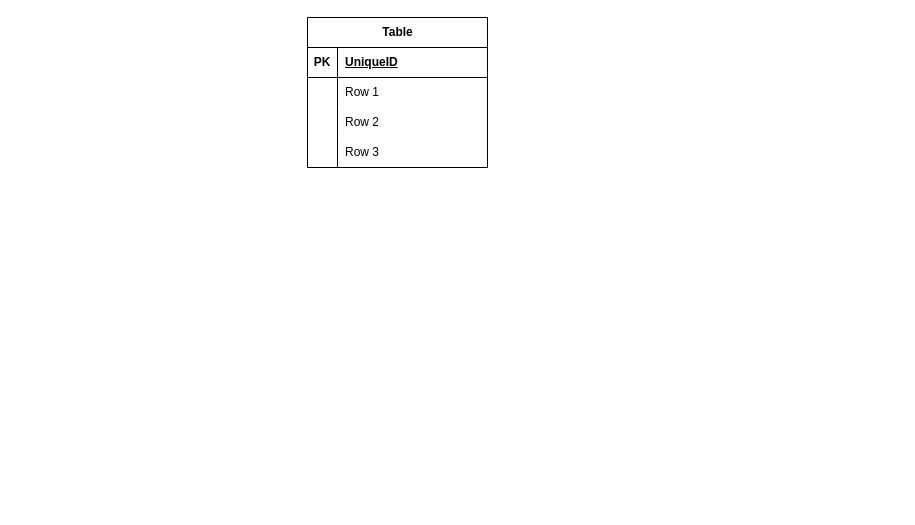
The draw.io diagram Untitled Diagram.drawio in muhamadArdalepa/big-diagrams, before the edit. Source tidied: cells renumbered, new cells numbered last; positions are measured from the earlier drawing's top-left corner, leaving out a move shared by most shapes. Both pictures are drawn from the tidied source at 100%, with x=0, y=0 at pixel (307, 17).
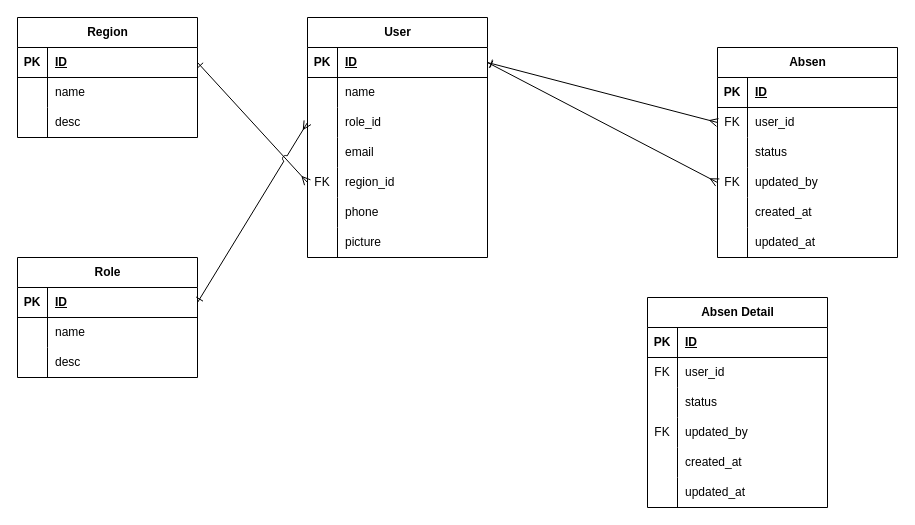
After the change.

Unchanged cells that the change refers to:
```xml
<mxCell id="3" style="shape=tableRow;horizontal=0;startSize=0;swimlaneHead=0;swimlaneBody=0;fillColor=none;points=[[0,0.5],[1,0.5]];portConstraint=eastwest;top=0;left=0;right=0;bottom=1;" parent="2" vertex="1">
  <mxGeometry y="30" width="180" height="30" as="geometry" />
</mxCell>
<mxCell id="6" style="shape=tableRow;horizontal=0;startSize=0;swimlaneHead=0;swimlaneBody=0;fillColor=none;top=0;left=0;right=0;bottom=0;" parent="2" vertex="1">
  <mxGeometry y="60" width="180" height="30" as="geometry" />
</mxCell>
<mxCell id="9" style="shape=tableRow;horizontal=0;startSize=0;swimlaneHead=0;swimlaneBody=0;fillColor=none;points=[[0,0.5],[1,0.5]];portConstraint=eastwest;top=0;left=0;right=0;bottom=0;" parent="2" vertex="1">
  <mxGeometry y="90" width="180" height="30" as="geometry" />
</mxCell>
<mxCell id="12" style="shape=tableRow;horizontal=0;startSize=0;swimlaneHead=0;swimlaneBody=0;fillColor=none;top=0;left=0;right=0;bottom=0;" parent="2" vertex="1">
  <mxGeometry y="120" width="180" height="30" as="geometry" />
</mxCell>
```

The edit, as a diff of the source:
```diff
@@
-    <mxCell id="2" value="Table" style="shape=table;startSize=30;childLayout=tableLayout;rowLines=0;fontStyle=1;align=center;html=1;" parent="1" vertex="1">
-      <mxGeometry width="180" height="150" as="geometry" />
+    <mxCell id="2" value="User" style="shape=table;startSize=30;childLayout=tableLayout;rowLines=0;fontStyle=1;align=center;html=1;" parent="1" vertex="1">
+      <mxGeometry width="180" height="240" as="geometry" />
     </mxCell>
@@
-    <mxCell id="5" value="UniqueID" style="shape=partialRectangle;fillColor=none;top=0;left=0;bottom=0;right=0;align=left;spacingLeft=6;fontStyle=5;overflow=hidden;whiteSpace=wrap;html=1;" parent="3" vertex="1">
+    <mxCell id="5" value="ID" style="shape=partialRectangle;fillColor=none;top=0;left=0;bottom=0;right=0;align=left;spacingLeft=6;fontStyle=5;overflow=hidden;whiteSpace=wrap;html=1;" parent="3" vertex="1">
       <mxGeometry x="30" width="150" height="30" as="geometry" />
     </mxCell>
@@
-    <mxCell id="8" value="Row 1" style="shape=partialRectangle;fillColor=none;top=0;left=0;bottom=0;right=0;align=left;spacingLeft=6;overflow=hidden;whiteSpace=wrap;html=1;" parent="6" vertex="1">
+    <mxCell id="8" value="name" style="shape=partialRectangle;fillColor=none;top=0;left=0;bottom=0;right=0;align=left;spacingLeft=6;overflow=hidden;whiteSpace=wrap;html=1;" parent="6" vertex="1">
       <mxGeometry x="30" width="150" height="30" as="geometry" />
     </mxCell>
@@
-    <mxCell id="11" value="Row 2" style="shape=partialRectangle;fillColor=none;top=0;left=0;bottom=0;right=0;align=left;spacingLeft=6;overflow=hidden;whiteSpace=wrap;html=1;" parent="9" vertex="1">
+    <mxCell id="11" value="role_id" style="shape=partialRectangle;fillColor=none;top=0;left=0;bottom=0;right=0;align=left;spacingLeft=6;overflow=hidden;whiteSpace=wrap;html=1;" parent="9" vertex="1">
       <mxGeometry x="30" width="150" height="30" as="geometry" />
     </mxCell>
@@
-    <mxCell id="14" value="Row 3" style="shape=partialRectangle;fillColor=none;top=0;left=0;bottom=0;right=0;align=left;spacingLeft=6;overflow=hidden;whiteSpace=wrap;html=1;" parent="12" vertex="1">
+    <mxCell id="14" value="email" style="shape=partialRectangle;fillColor=none;top=0;left=0;bottom=0;right=0;align=left;spacingLeft=6;overflow=hidden;whiteSpace=wrap;html=1;" parent="12" vertex="1">
       <mxGeometry x="30" width="150" height="30" as="geometry" />
     </mxCell>
+    <mxCell id="15" style="shape=tableRow;horizontal=0;startSize=0;swimlaneHead=0;swimlaneBody=0;fillColor=none;points=[[0,0.5],[1,0.5]];portConstraint=eastwest;top=0;left=0;right=0;bottom=0;" parent="2" vertex="1">
+      <mxGeometry y="150" width="180" height="30" as="geometry" />
+    </mxCell>
+    <mxCell id="16" value="FK" style="shape=partialRectangle;fillColor=none;top=0;left=0;bottom=0;right=0;overflow=hidden;whiteSpace=wrap;html=1;" parent="15" vertex="1">
+      <mxGeometry width="30" height="30" as="geometry" />
+    </mxCell>
+    <mxCell id="17" value="region_id" style="shape=partialRectangle;fillColor=none;top=0;left=0;bottom=0;right=0;align=left;spacingLeft=6;overflow=hidden;whiteSpace=wrap;html=1;" parent="15" vertex="1">
+      <mxGeometry x="30" width="150" height="30" as="geometry" />
+    </mxCell>
+    <mxCell id="18" style="shape=tableRow;horizontal=0;startSize=0;swimlaneHead=0;swimlaneBody=0;fillColor=none;top=0;left=0;right=0;bottom=0;" parent="2" vertex="1">
+      <mxGeometry y="180" width="180" height="30" as="geometry" />
+    </mxCell>
+    <mxCell id="19" style="shape=partialRectangle;fillColor=none;top=0;left=0;bottom=0;right=0;overflow=hidden;whiteSpace=wrap;html=1;" parent="18" vertex="1">
+      <mxGeometry width="30" height="30" as="geometry" />
+    </mxCell>
+    <mxCell id="20" value="phone" style="shape=partialRectangle;fillColor=none;top=0;left=0;bottom=0;right=0;align=left;spacingLeft=6;overflow=hidden;whiteSpace=wrap;html=1;" parent="18" vertex="1">
+      <mxGeometry x="30" width="150" height="30" as="geometry" />
+    </mxCell>
+    <mxCell id="21" style="shape=tableRow;horizontal=0;startSize=0;swimlaneHead=0;swimlaneBody=0;fillColor=none;top=0;left=0;right=0;bottom=0;" parent="2" vertex="1">
+      <mxGeometry y="210" width="180" height="30" as="geometry" />
+    </mxCell>
+    <mxCell id="22" style="shape=partialRectangle;fillColor=none;top=0;left=0;bottom=0;right=0;overflow=hidden;whiteSpace=wrap;html=1;" parent="21" vertex="1">
+      <mxGeometry width="30" height="30" as="geometry" />
+    </mxCell>
+    <mxCell id="23" value="picture" style="shape=partialRectangle;fillColor=none;top=0;left=0;bottom=0;right=0;align=left;spacingLeft=6;overflow=hidden;whiteSpace=wrap;html=1;" parent="21" vertex="1">
+      <mxGeometry x="30" width="150" height="30" as="geometry" />
+    </mxCell>
+    <mxCell id="24" value="Region" style="shape=table;startSize=30;childLayout=tableLayout;rowLines=0;fontStyle=1;align=center;html=1;" parent="1" vertex="1">
+      <mxGeometry x="-290" width="180" height="120" as="geometry" />
+    </mxCell>
+    <mxCell id="25" style="shape=tableRow;horizontal=0;startSize=0;swimlaneHead=0;swimlaneBody=0;fillColor=none;points=[[0,0.5],[1,0.5]];portConstraint=eastwest;top=0;left=0;right=0;bottom=1;" parent="24" vertex="1">
+      <mxGeometry y="30" width="180" height="30" as="geometry" />
+    </mxCell>
+    <mxCell id="26" value="PK" style="shape=partialRectangle;fillColor=none;top=0;left=0;bottom=0;right=0;fontStyle=1;overflow=hidden;whiteSpace=wrap;html=1;" parent="25" vertex="1">
+      <mxGeometry width="30" height="30" as="geometry" />
+    </mxCell>
+    <mxCell id="27" value="ID" style="shape=partialRectangle;fillColor=none;top=0;left=0;bottom=0;right=0;align=left;spacingLeft=6;fontStyle=5;overflow=hidden;whiteSpace=wrap;html=1;" parent="25" vertex="1">
+      <mxGeometry x="30" width="150" height="30" as="geometry" />
+    </mxCell>
+    <mxCell id="28" style="shape=tableRow;horizontal=0;startSize=0;swimlaneHead=0;swimlaneBody=0;fillColor=none;top=0;left=0;right=0;bottom=0;" parent="24" vertex="1">
+      <mxGeometry y="60" width="180" height="30" as="geometry" />
+    </mxCell>
+    <mxCell id="29" style="shape=partialRectangle;fillColor=none;top=0;left=0;bottom=0;right=0;overflow=hidden;whiteSpace=wrap;html=1;" parent="28" vertex="1">
+      <mxGeometry width="30" height="30" as="geometry" />
+    </mxCell>
+    <mxCell id="30" value="name" style="shape=partialRectangle;fillColor=none;top=0;left=0;bottom=0;right=0;align=left;spacingLeft=6;overflow=hidden;whiteSpace=wrap;html=1;" parent="28" vertex="1">
+      <mxGeometry x="30" width="150" height="30" as="geometry" />
+    </mxCell>
+    <mxCell id="31" style="shape=tableRow;horizontal=0;startSize=0;swimlaneHead=0;swimlaneBody=0;fillColor=none;top=0;left=0;right=0;bottom=0;" parent="24" vertex="1">
+      <mxGeometry y="90" width="180" height="30" as="geometry" />
+    </mxCell>
+    <mxCell id="32" style="shape=partialRectangle;fillColor=none;top=0;left=0;bottom=0;right=0;overflow=hidden;whiteSpace=wrap;html=1;" parent="31" vertex="1">
+      <mxGeometry width="30" height="30" as="geometry" />
+    </mxCell>
+    <mxCell id="33" value="desc" style="shape=partialRectangle;fillColor=none;top=0;left=0;bottom=0;right=0;align=left;spacingLeft=6;overflow=hidden;whiteSpace=wrap;html=1;" parent="31" vertex="1">
+      <mxGeometry x="30" width="150" height="30" as="geometry" />
+    </mxCell>
+    <mxCell id="34" value="Absen" style="shape=table;startSize=30;childLayout=tableLayout;rowLines=0;fontStyle=1;align=center;html=1;" parent="1" vertex="1">
+      <mxGeometry x="410" y="30" width="180" height="210" as="geometry" />
+    </mxCell>
+    <mxCell id="35" style="shape=tableRow;horizontal=0;startSize=0;swimlaneHead=0;swimlaneBody=0;fillColor=none;top=0;left=0;right=0;bottom=1;" parent="34" vertex="1">
+      <mxGeometry y="30" width="180" height="30" as="geometry" />
+    </mxCell>
+    <mxCell id="36" value="PK" style="shape=partialRectangle;fillColor=none;top=0;left=0;bottom=0;right=0;fontStyle=1;overflow=hidden;whiteSpace=wrap;html=1;" parent="35" vertex="1">
+      <mxGeometry width="30" height="30" as="geometry" />
+    </mxCell>
+    <mxCell id="37" value="ID" style="shape=partialRectangle;fillColor=none;top=0;left=0;bottom=0;right=0;align=left;spacingLeft=6;fontStyle=5;overflow=hidden;whiteSpace=wrap;html=1;" parent="35" vertex="1">
+      <mxGeometry x="30" width="150" height="30" as="geometry" />
+    </mxCell>
+    <mxCell id="38" style="shape=tableRow;horizontal=0;startSize=0;swimlaneHead=0;swimlaneBody=0;fillColor=none;points=[[0,0.5],[1,0.5]];portConstraint=eastwest;top=0;left=0;right=0;bottom=0;" parent="34" vertex="1">
+      <mxGeometry y="60" width="180" height="30" as="geometry" />
+    </mxCell>
+    <mxCell id="39" value="FK" style="shape=partialRectangle;fillColor=none;top=0;left=0;bottom=0;right=0;overflow=hidden;whiteSpace=wrap;html=1;" parent="38" vertex="1">
+      <mxGeometry width="30" height="30" as="geometry" />
+    </mxCell>
+    <mxCell id="40" value="user_id" style="shape=partialRectangle;fillColor=none;top=0;left=0;bottom=0;right=0;align=left;spacingLeft=6;overflow=hidden;whiteSpace=wrap;html=1;" parent="38" vertex="1">
+      <mxGeometry x="30" width="150" height="30" as="geometry" />
+    </mxCell>
+    <mxCell id="41" style="shape=tableRow;horizontal=0;startSize=0;swimlaneHead=0;swimlaneBody=0;fillColor=none;top=0;left=0;right=0;bottom=0;" parent="34" vertex="1">
+      <mxGeometry y="90" width="180" height="30" as="geometry" />
+    </mxCell>
+    <mxCell id="42" style="shape=partialRectangle;fillColor=none;top=0;left=0;bottom=0;right=0;overflow=hidden;whiteSpace=wrap;html=1;" parent="41" vertex="1">
+      <mxGeometry width="30" height="30" as="geometry" />
+    </mxCell>
+    <mxCell id="43" value="status" style="shape=partialRectangle;fillColor=none;top=0;left=0;bottom=0;right=0;align=left;spacingLeft=6;overflow=hidden;whiteSpace=wrap;html=1;" parent="41" vertex="1">
+      <mxGeometry x="30" width="150" height="30" as="geometry" />
+    </mxCell>
+    <mxCell id="44" style="shape=tableRow;horizontal=0;startSize=0;swimlaneHead=0;swimlaneBody=0;fillColor=none;points=[[0,0.5],[1,0.5]];portConstraint=eastwest;top=0;left=0;right=0;bottom=0;" parent="34" vertex="1">
+      <mxGeometry y="120" width="180" height="30" as="geometry" />
+    </mxCell>
+    <mxCell id="45" value="FK" style="shape=partialRectangle;fillColor=none;top=0;left=0;bottom=0;right=0;overflow=hidden;whiteSpace=wrap;html=1;" parent="44" vertex="1">
+      <mxGeometry width="30" height="30" as="geometry" />
+    </mxCell>
+    <mxCell id="46" value="updated_by" style="shape=partialRectangle;fillColor=none;top=0;left=0;bottom=0;right=0;align=left;spacingLeft=6;overflow=hidden;whiteSpace=wrap;html=1;" parent="44" vertex="1">
+      <mxGeometry x="30" width="150" height="30" as="geometry" />
+    </mxCell>
+    <mxCell id="47" style="shape=tableRow;horizontal=0;startSize=0;swimlaneHead=0;swimlaneBody=0;fillColor=none;top=0;left=0;right=0;bottom=0;" parent="34" vertex="1">
+      <mxGeometry y="150" width="180" height="30" as="geometry" />
+    </mxCell>
+    <mxCell id="48" style="shape=partialRectangle;fillColor=none;top=0;left=0;bottom=0;right=0;overflow=hidden;whiteSpace=wrap;html=1;" parent="47" vertex="1">
+      <mxGeometry width="30" height="30" as="geometry" />
+    </mxCell>
+    <mxCell id="49" value="created_at" style="shape=partialRectangle;fillColor=none;top=0;left=0;bottom=0;right=0;align=left;spacingLeft=6;overflow=hidden;whiteSpace=wrap;html=1;" parent="47" vertex="1">
+      <mxGeometry x="30" width="150" height="30" as="geometry" />
+    </mxCell>
+    <mxCell id="50" style="shape=tableRow;horizontal=0;startSize=0;swimlaneHead=0;swimlaneBody=0;fillColor=none;top=0;left=0;right=0;bottom=0;" parent="34" vertex="1">
+      <mxGeometry y="180" width="180" height="30" as="geometry" />
+    </mxCell>
+    <mxCell id="51" style="shape=partialRectangle;fillColor=none;top=0;left=0;bottom=0;right=0;overflow=hidden;whiteSpace=wrap;html=1;" parent="50" vertex="1">
+      <mxGeometry width="30" height="30" as="geometry" />
+    </mxCell>
+    <mxCell id="52" value="updated_at" style="shape=partialRectangle;fillColor=none;top=0;left=0;bottom=0;right=0;align=left;spacingLeft=6;overflow=hidden;whiteSpace=wrap;html=1;" parent="50" vertex="1">
+      <mxGeometry x="30" width="150" height="30" as="geometry" />
+    </mxCell>
+    <mxCell id="53" style="rounded=0;jettySize=auto;html=1;startArrow=ERone;startFill=0;endArrow=ERmany;endFill=0;exitX=1;exitY=0.5;exitDx=0;exitDy=0;entryX=0;entryY=0.5;entryDx=0;entryDy=0;jumpStyle=arc;" parent="1" edge="1" source="25" target="15">
+      <mxGeometry relative="1" as="geometry" />
+    </mxCell>
+    <mxCell id="54" style="shape=connector;rounded=0;jettySize=auto;html=1;entryX=0;entryY=0.5;entryDx=0;entryDy=0;labelBackgroundColor=default;strokeColor=default;align=center;verticalAlign=middle;fontFamily=Helvetica;fontSize=11;fontColor=default;startArrow=ERone;startFill=0;endArrow=ERmany;endFill=0;exitX=1;exitY=0.5;exitDx=0;exitDy=0;jumpStyle=arc;" parent="1" edge="1" source="3" target="44">
+      <mxGeometry relative="1" as="geometry" />
+    </mxCell>
+    <mxCell id="55" style="edgeStyle=none;shape=connector;rounded=0;jettySize=auto;html=1;exitX=1;exitY=0.5;exitDx=0;exitDy=0;entryX=0;entryY=0.5;entryDx=0;entryDy=0;labelBackgroundColor=default;strokeColor=default;align=center;verticalAlign=middle;fontFamily=Helvetica;fontSize=11;fontColor=default;startArrow=ERone;startFill=0;endArrow=ERmany;endFill=0;jumpStyle=arc;" parent="1" edge="1" source="3" target="38">
+      <mxGeometry relative="1" as="geometry" />
+    </mxCell>
+    <mxCell id="56" value="Absen Detail" style="shape=table;startSize=30;childLayout=tableLayout;rowLines=0;fontStyle=1;align=center;html=1;" parent="1" vertex="1">
+      <mxGeometry x="340" y="280" width="180" height="210" as="geometry" />
+    </mxCell>
+    <mxCell id="57" style="shape=tableRow;horizontal=0;startSize=0;swimlaneHead=0;swimlaneBody=0;fillColor=none;top=0;left=0;right=0;bottom=1;" parent="56" vertex="1">
+      <mxGeometry y="30" width="180" height="30" as="geometry" />
+    </mxCell>
+    <mxCell id="58" value="PK" style="shape=partialRectangle;fillColor=none;top=0;left=0;bottom=0;right=0;fontStyle=1;overflow=hidden;whiteSpace=wrap;html=1;" parent="57" vertex="1">
+      <mxGeometry width="30" height="30" as="geometry" />
+    </mxCell>
+    <mxCell id="59" value="ID" style="shape=partialRectangle;fillColor=none;top=0;left=0;bottom=0;right=0;align=left;spacingLeft=6;fontStyle=5;overflow=hidden;whiteSpace=wrap;html=1;" parent="57" vertex="1">
+      <mxGeometry x="30" width="150" height="30" as="geometry" />
+    </mxCell>
+    <mxCell id="60" style="shape=tableRow;horizontal=0;startSize=0;swimlaneHead=0;swimlaneBody=0;fillColor=none;top=0;left=0;right=0;bottom=0;" parent="56" vertex="1">
+      <mxGeometry y="60" width="180" height="30" as="geometry" />
+    </mxCell>
+    <mxCell id="61" value="FK" style="shape=partialRectangle;fillColor=none;top=0;left=0;bottom=0;right=0;overflow=hidden;whiteSpace=wrap;html=1;" parent="60" vertex="1">
+      <mxGeometry width="30" height="30" as="geometry" />
+    </mxCell>
+    <mxCell id="62" value="user_id" style="shape=partialRectangle;fillColor=none;top=0;left=0;bottom=0;right=0;align=left;spacingLeft=6;overflow=hidden;whiteSpace=wrap;html=1;" parent="60" vertex="1">
+      <mxGeometry x="30" width="150" height="30" as="geometry" />
+    </mxCell>
+    <mxCell id="63" style="shape=tableRow;horizontal=0;startSize=0;swimlaneHead=0;swimlaneBody=0;fillColor=none;top=0;left=0;right=0;bottom=0;" parent="56" vertex="1">
+      <mxGeometry y="90" width="180" height="30" as="geometry" />
+    </mxCell>
+    <mxCell id="64" style="shape=partialRectangle;fillColor=none;top=0;left=0;bottom=0;right=0;overflow=hidden;whiteSpace=wrap;html=1;" parent="63" vertex="1">
+      <mxGeometry width="30" height="30" as="geometry" />
+    </mxCell>
+    <mxCell id="65" value="status" style="shape=partialRectangle;fillColor=none;top=0;left=0;bottom=0;right=0;align=left;spacingLeft=6;overflow=hidden;whiteSpace=wrap;html=1;" parent="63" vertex="1">
+      <mxGeometry x="30" width="150" height="30" as="geometry" />
+    </mxCell>
+    <mxCell id="66" style="shape=tableRow;horizontal=0;startSize=0;swimlaneHead=0;swimlaneBody=0;fillColor=none;top=0;left=0;right=0;bottom=0;" parent="56" vertex="1">
+      <mxGeometry y="120" width="180" height="30" as="geometry" />
+    </mxCell>
+    <mxCell id="67" value="FK" style="shape=partialRectangle;fillColor=none;top=0;left=0;bottom=0;right=0;overflow=hidden;whiteSpace=wrap;html=1;" parent="66" vertex="1">
+      <mxGeometry width="30" height="30" as="geometry" />
+    </mxCell>
+    <mxCell id="68" value="updated_by" style="shape=partialRectangle;fillColor=none;top=0;left=0;bottom=0;right=0;align=left;spacingLeft=6;overflow=hidden;whiteSpace=wrap;html=1;" parent="66" vertex="1">
+      <mxGeometry x="30" width="150" height="30" as="geometry" />
+    </mxCell>
+    <mxCell id="69" style="shape=tableRow;horizontal=0;startSize=0;swimlaneHead=0;swimlaneBody=0;fillColor=none;top=0;left=0;right=0;bottom=0;" parent="56" vertex="1">
+      <mxGeometry y="150" width="180" height="30" as="geometry" />
+    </mxCell>
+    <mxCell id="70" style="shape=partialRectangle;fillColor=none;top=0;left=0;bottom=0;right=0;overflow=hidden;whiteSpace=wrap;html=1;" parent="69" vertex="1">
+      <mxGeometry width="30" height="30" as="geometry" />
+    </mxCell>
+    <mxCell id="71" value="created_at" style="shape=partialRectangle;fillColor=none;top=0;left=0;bottom=0;right=0;align=left;spacingLeft=6;overflow=hidden;whiteSpace=wrap;html=1;" parent="69" vertex="1">
+      <mxGeometry x="30" width="150" height="30" as="geometry" />
+    </mxCell>
+    <mxCell id="72" style="shape=tableRow;horizontal=0;startSize=0;swimlaneHead=0;swimlaneBody=0;fillColor=none;top=0;left=0;right=0;bottom=0;" parent="56" vertex="1">
+      <mxGeometry y="180" width="180" height="30" as="geometry" />
+    </mxCell>
+    <mxCell id="73" style="shape=partialRectangle;fillColor=none;top=0;left=0;bottom=0;right=0;overflow=hidden;whiteSpace=wrap;html=1;" parent="72" vertex="1">
+      <mxGeometry width="30" height="30" as="geometry" />
+    </mxCell>
+    <mxCell id="74" value="updated_at" style="shape=partialRectangle;fillColor=none;top=0;left=0;bottom=0;right=0;align=left;spacingLeft=6;overflow=hidden;whiteSpace=wrap;html=1;" parent="72" vertex="1">
+      <mxGeometry x="30" width="150" height="30" as="geometry" />
+    </mxCell>
+    <mxCell id="75" value="Role" style="shape=table;startSize=30;childLayout=tableLayout;rowLines=0;fontStyle=1;align=center;html=1;" parent="1" vertex="1">
+      <mxGeometry x="-290" y="240" width="180" height="120" as="geometry" />
+    </mxCell>
+    <mxCell id="76" style="shape=tableRow;horizontal=0;startSize=0;swimlaneHead=0;swimlaneBody=0;fillColor=none;points=[[0,0.5],[1,0.5]];portConstraint=eastwest;top=0;left=0;right=0;bottom=1;" parent="75" vertex="1">
+      <mxGeometry y="30" width="180" height="30" as="geometry" />
+    </mxCell>
+    <mxCell id="77" value="PK" style="shape=partialRectangle;fillColor=none;top=0;left=0;bottom=0;right=0;fontStyle=1;overflow=hidden;whiteSpace=wrap;html=1;" parent="76" vertex="1">
+      <mxGeometry width="30" height="30" as="geometry" />
+    </mxCell>
+    <mxCell id="78" value="ID" style="shape=partialRectangle;fillColor=none;top=0;left=0;bottom=0;right=0;align=left;spacingLeft=6;fontStyle=5;overflow=hidden;whiteSpace=wrap;html=1;" parent="76" vertex="1">
+      <mxGeometry x="30" width="150" height="30" as="geometry" />
+    </mxCell>
+    <mxCell id="79" style="shape=tableRow;horizontal=0;startSize=0;swimlaneHead=0;swimlaneBody=0;fillColor=none;top=0;left=0;right=0;bottom=0;" parent="75" vertex="1">
+      <mxGeometry y="60" width="180" height="30" as="geometry" />
+    </mxCell>
+    <mxCell id="80" style="shape=partialRectangle;fillColor=none;top=0;left=0;bottom=0;right=0;overflow=hidden;whiteSpace=wrap;html=1;" parent="79" vertex="1">
+      <mxGeometry width="30" height="30" as="geometry" />
+    </mxCell>
+    <mxCell id="81" value="name" style="shape=partialRectangle;fillColor=none;top=0;left=0;bottom=0;right=0;align=left;spacingLeft=6;overflow=hidden;whiteSpace=wrap;html=1;" parent="79" vertex="1">
+      <mxGeometry x="30" width="150" height="30" as="geometry" />
+    </mxCell>
+    <mxCell id="82" style="shape=tableRow;horizontal=0;startSize=0;swimlaneHead=0;swimlaneBody=0;fillColor=none;top=0;left=0;right=0;bottom=0;" parent="75" vertex="1">
+      <mxGeometry y="90" width="180" height="30" as="geometry" />
+    </mxCell>
+    <mxCell id="83" style="shape=partialRectangle;fillColor=none;top=0;left=0;bottom=0;right=0;overflow=hidden;whiteSpace=wrap;html=1;" parent="82" vertex="1">
+      <mxGeometry width="30" height="30" as="geometry" />
+    </mxCell>
+    <mxCell id="84" value="desc" style="shape=partialRectangle;fillColor=none;top=0;left=0;bottom=0;right=0;align=left;spacingLeft=6;overflow=hidden;whiteSpace=wrap;html=1;" parent="82" vertex="1">
+      <mxGeometry x="30" width="150" height="30" as="geometry" />
+    </mxCell>
+    <mxCell id="85" style="edgeStyle=none;shape=connector;rounded=0;jettySize=auto;html=1;exitX=1;exitY=0.5;exitDx=0;exitDy=0;entryX=0;entryY=0.5;entryDx=0;entryDy=0;labelBackgroundColor=default;strokeColor=default;align=center;verticalAlign=middle;fontFamily=Helvetica;fontSize=11;fontColor=default;startArrow=ERone;startFill=0;endArrow=ERmany;endFill=0;jumpStyle=arc;" parent="1" edge="1" source="76" target="9">
+      <mxGeometry relative="1" as="geometry" />
+    </mxCell>
```
